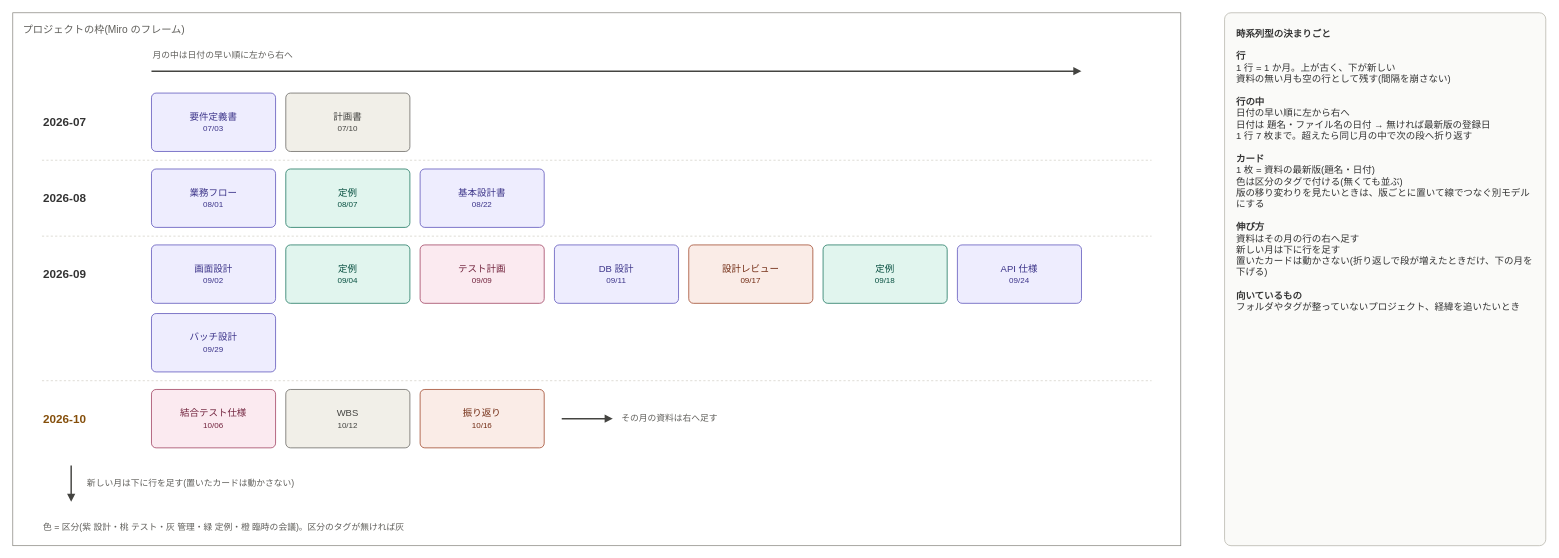
Earlier version of the draw.io diagram page "採用: 時系列型" (2 of 12) of docs/miro-layouts/miro-layouts.drawio (EARCE9000/document-manager). Source tidied: cells renumbered, new cells numbered last; positions are measured from the earlier drawing's top-left corner, leaving out a move shared by most shapes. Both pictures are drawn from the tidied source at 73%, with x=0, y=0 at pixel (12, 12).
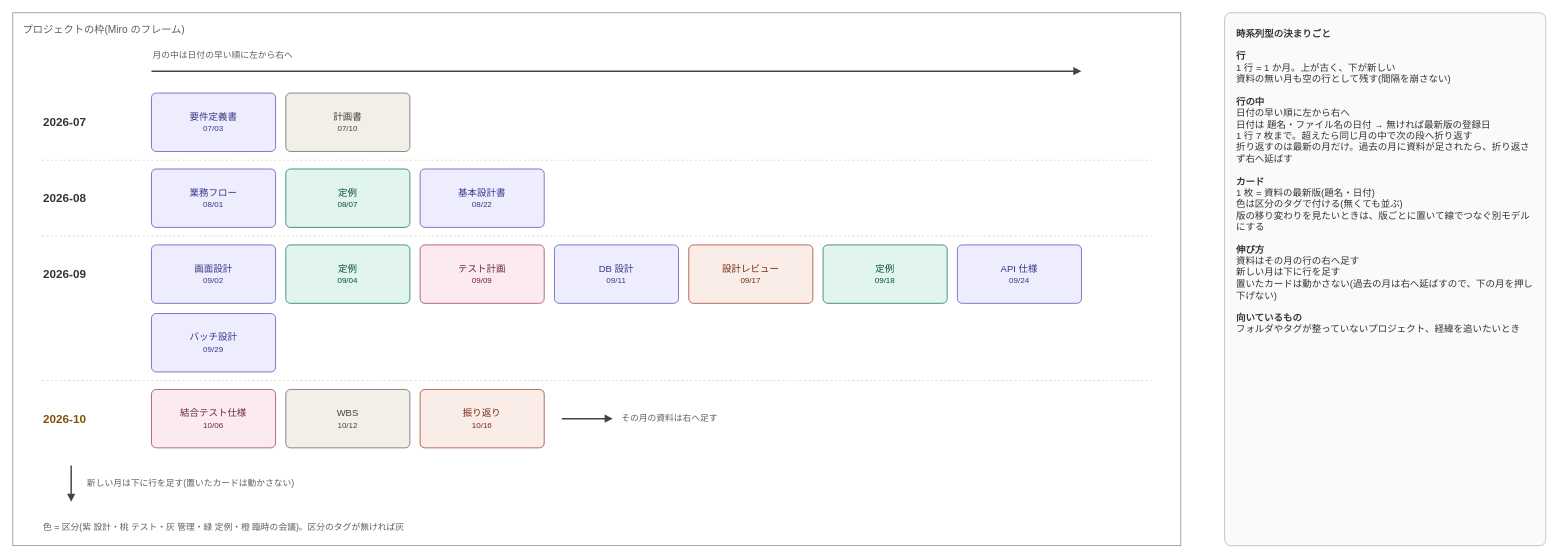
The same page after the edit.

Diff of the diagram source:
```diff
@@
-    <mxCell id="33" value="&lt;b&gt;時系列型の決まりごと&lt;/b&gt;&lt;br&gt;&lt;br&gt;&lt;b&gt;行&lt;/b&gt;&lt;br&gt;1 行 = 1 か月。上が古く、下が新しい&lt;br&gt;資料の無い月も空の行として残す(間隔を崩さない)&lt;br&gt;&lt;br&gt;&lt;b&gt;行の中&lt;/b&gt;&lt;br&gt;日付の早い順に左から右へ&lt;br&gt;日付は 題名・ファイル名の日付 → 無ければ最新版の登録日&lt;br&gt;1 行 7 枚まで。超えたら同じ月の中で次の段へ折り返す&lt;br&gt;&lt;br&gt;&lt;b&gt;カード&lt;/b&gt;&lt;br&gt;1 枚 = 資料の最新版(題名・日付)&lt;br&gt;色は区分のタグで付ける(無くても並ぶ)&lt;br&gt;版の移り変わりを見たいときは、版ごとに置いて線でつなぐ別モデルにする&lt;br&gt;&lt;br&gt;&lt;b&gt;伸び方&lt;/b&gt;&lt;br&gt;資料はその月の行の右へ足す&lt;br&gt;新しい月は下に行を足す&lt;br&gt;置いたカードは動かさない(折り返しで段が増えたときだけ、下の月を下げる)&lt;br&gt;&lt;br&gt;&lt;b&gt;向いているもの&lt;/b&gt;&lt;br&gt;フォルダやタグが整っていないプロジェクト、経緯を追いたいとき" style="rounded=1;arcSize=2;whiteSpace=wrap;html=1;align=left;verticalAlign=top;spacing=16;fillColor=#FAFAF8;strokeColor=#B4B2A9;fontSize=13;fontColor=#333333;" parent="1" vertex="1">
+    <mxCell id="33" value="&lt;b&gt;時系列型の決まりごと&lt;/b&gt;&lt;br&gt;&lt;br&gt;&lt;b&gt;行&lt;/b&gt;&lt;br&gt;1 行 = 1 か月。上が古く、下が新しい&lt;br&gt;資料の無い月も空の行として残す(間隔を崩さない)&lt;br&gt;&lt;br&gt;&lt;b&gt;行の中&lt;/b&gt;&lt;br&gt;日付の早い順に左から右へ&lt;br&gt;日付は 題名・ファイル名の日付 → 無ければ最新版の登録日&lt;br&gt;1 行 7 枚まで。超えたら同じ月の中で次の段へ折り返す&lt;br&gt;折り返すのは最新の月だけ。過去の月に資料が足されたら、折り返さず右へ延ばす&lt;br&gt;&lt;br&gt;&lt;b&gt;カード&lt;/b&gt;&lt;br&gt;1 枚 = 資料の最新版(題名・日付)&lt;br&gt;色は区分のタグで付ける(無くても並ぶ)&lt;br&gt;版の移り変わりを見たいときは、版ごとに置いて線でつなぐ別モデルにする&lt;br&gt;&lt;br&gt;&lt;b&gt;伸び方&lt;/b&gt;&lt;br&gt;資料はその月の行の右へ足す&lt;br&gt;新しい月は下に行を足す&lt;br&gt;置いたカードは動かさない(過去の月は右へ延ばすので、下の月を押し下げない)&lt;br&gt;&lt;br&gt;&lt;b&gt;向いているもの&lt;/b&gt;&lt;br&gt;フォルダやタグが整っていないプロジェクト、経緯を追いたいとき" style="rounded=1;arcSize=2;whiteSpace=wrap;html=1;align=left;verticalAlign=top;spacing=16;fillColor=#FAFAF8;strokeColor=#B4B2A9;fontSize=13;fontColor=#333333;" parent="1" vertex="1">
       <mxGeometry x="1660" width="440" height="730" as="geometry" />
     </mxCell>
```
